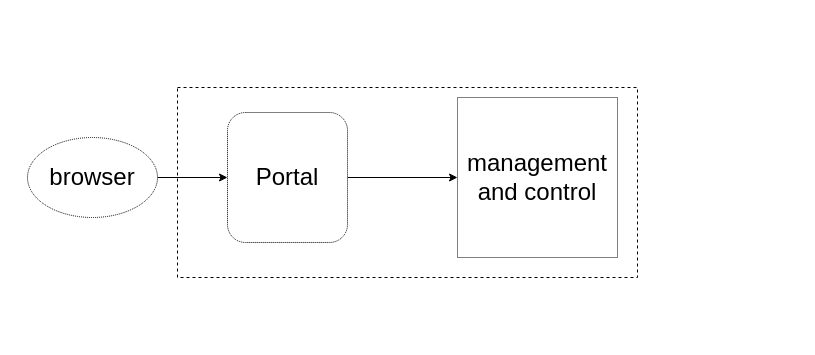
Above: console_artic_common-portal.drawio in guimingyue/drawio (draw.io), before the change. Source tidied: cells renumbered, new cells numbered last; positions are measured from the earlier drawing's top-left corner, leaving out a move shared by most shapes. Both pictures are drawn from the tidied source at 100%, with x=0, y=0 at pixel (27, 87).
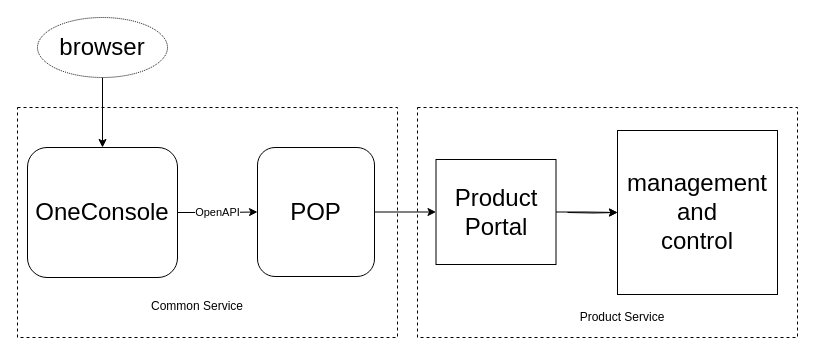
The same page after the edit.

Diff of the diagram source:
```diff
@@
 <mxGraphModel>
   <root>
     <mxCell id="0" />
     <mxCell id="1" parent="0" />
-    <mxCell id="2" style="edgeStyle=orthogonalEdgeStyle;rounded=0;jettySize=auto;html=1;entryX=0;entryY=0.5;entryDx=0;entryDy=0;" parent="1" edge="1" source="3" target="6">
-      <mxGeometry relative="1" as="geometry" />
-    </mxCell>
-    <mxCell id="3" value="&lt;font style=&quot;font-size: 24px&quot;&gt;Portal&lt;/font&gt;" style="rounded=1;whiteSpace=wrap;html=1;dashed=1;dashPattern=1 1;" parent="1" vertex="1">
-      <mxGeometry x="200" y="25" width="120" height="130" as="geometry" />
+    <mxCell id="3" value="&lt;font style=&quot;font-size: 24px&quot;&gt;OneConsole&lt;/font&gt;" style="rounded=1;whiteSpace=wrap;html=1;" parent="1" vertex="1">
+      <mxGeometry y="60" width="150" height="130" as="geometry" />
     </mxCell>
-    <mxCell id="4" style="edgeStyle=orthogonalEdgeStyle;rounded=0;jettySize=auto;html=1;entryX=0;entryY=0.5;entryDx=0;entryDy=0;" parent="1" edge="1" source="5" target="3">
+    <mxCell id="4" style="edgeStyle=orthogonalEdgeStyle;rounded=0;jettySize=auto;html=1;entryX=0.5;entryY=0;entryDx=0;entryDy=0;" parent="1" edge="1" source="5" target="3">
       <mxGeometry relative="1" as="geometry" />
     </mxCell>
     <mxCell id="5" value="&lt;font style=&quot;font-size: 24px&quot;&gt;browser&lt;/font&gt;" style="ellipse;whiteSpace=wrap;html=1;dashed=1;dashPattern=1 1;" parent="1" vertex="1">
-      <mxGeometry y="50" width="130" height="80" as="geometry" />
+      <mxGeometry x="10" y="-70" width="130" height="60" as="geometry" />
     </mxCell>
-    <mxCell id="6" value="&lt;span&gt;&lt;font style=&quot;font-size: 24px&quot;&gt;management and control&lt;/font&gt;&lt;/span&gt;" style="whiteSpace=wrap;html=1;dashed=1;dashPattern=1 1;" parent="1" vertex="1">
-      <mxGeometry x="430" y="10" width="160" height="160" as="geometry" />
+    <mxCell id="6" value="&lt;span&gt;&lt;font style=&quot;font-size: 24px&quot;&gt;management &lt;br&gt;and &lt;br&gt;control&lt;/font&gt;&lt;/span&gt;" style="whiteSpace=wrap;html=1;" parent="1" vertex="1">
+      <mxGeometry x="590" y="43" width="160" height="164" as="geometry" />
     </mxCell>
-    <mxCell id="7" style="rounded=0;whiteSpace=wrap;html=1;dashed=1;fillColor=none;" parent="1" vertex="1">
-      <mxGeometry x="150" width="460" height="190" as="geometry" />
-    </mxCell>
+    <mxCell id="8" style="edgeStyle=orthogonalEdgeStyle;rounded=0;jettySize=auto;html=1;entryX=0;entryY=0.5;entryDx=0;entryDy=0;" parent="1" edge="1" source="9" target="13">
+      <mxGeometry relative="1" as="geometry" />
+    </mxCell>
+    <mxCell id="9" value="&lt;span style=&quot;font-size: 24px&quot;&gt;POP&lt;/span&gt;" style="rounded=1;whiteSpace=wrap;html=1;" parent="1" vertex="1">
+      <mxGeometry x="230" y="60" width="117" height="129" as="geometry" />
+    </mxCell>
+    <mxCell id="10" value="OpenAPI" style="edgeStyle=orthogonalEdgeStyle;rounded=0;jettySize=auto;html=1;entryX=0;entryY=0.5;entryDx=0;entryDy=0;" parent="1" edge="1" source="3" target="9">
+      <mxGeometry relative="1" as="geometry" />
+    </mxCell>
+    <mxCell id="11" style="edgeStyle=orthogonalEdgeStyle;rounded=0;jettySize=auto;html=1;entryX=0;entryY=0.5;entryDx=0;entryDy=0;" parent="1" edge="1" target="6">
+      <mxGeometry relative="1" as="geometry">
+        <mxPoint x="540" y="125" as="sourcePoint" />
+      </mxGeometry>
+    </mxCell>
+    <mxCell id="12" style="edgeStyle=orthogonalEdgeStyle;rounded=0;jettySize=auto;html=1;" parent="1" edge="1" source="13" target="6">
+      <mxGeometry relative="1" as="geometry" />
+    </mxCell>
+    <mxCell id="13" value="&lt;span&gt;&lt;font style=&quot;font-size: 24px&quot;&gt;Product Portal&lt;/font&gt;&lt;/span&gt;" style="rounded=0;whiteSpace=wrap;html=1;" parent="1" vertex="1">
+      <mxGeometry x="408.5" y="72" width="120" height="105" as="geometry" />
+    </mxCell>
+    <mxCell id="14" style="rounded=0;whiteSpace=wrap;html=1;dashed=1;fillColor=none;" parent="1" vertex="1">
+      <mxGeometry x="-10" y="20" width="380" height="230" as="geometry" />
+    </mxCell>
+    <mxCell id="15" value="Common Service" style="text;html=1;strokeColor=none;fillColor=none;align=center;verticalAlign=middle;whiteSpace=wrap;rounded=0;dashed=1;" parent="1" vertex="1">
+      <mxGeometry x="120" y="189" width="100" height="60" as="geometry" />
+    </mxCell>
+    <mxCell id="16" style="rounded=0;whiteSpace=wrap;html=1;dashed=1;fillColor=none;" parent="1" vertex="1">
+      <mxGeometry x="390" y="20" width="380" height="230" as="geometry" />
+    </mxCell>
+    <mxCell id="17" value="Product Service" style="text;html=1;strokeColor=none;fillColor=none;align=center;verticalAlign=middle;whiteSpace=wrap;rounded=0;dashed=1;" parent="1" vertex="1">
+      <mxGeometry x="540" y="210" width="110" height="39" as="geometry" />
+    </mxCell>
   </root>
 </mxGraphModel>
```
